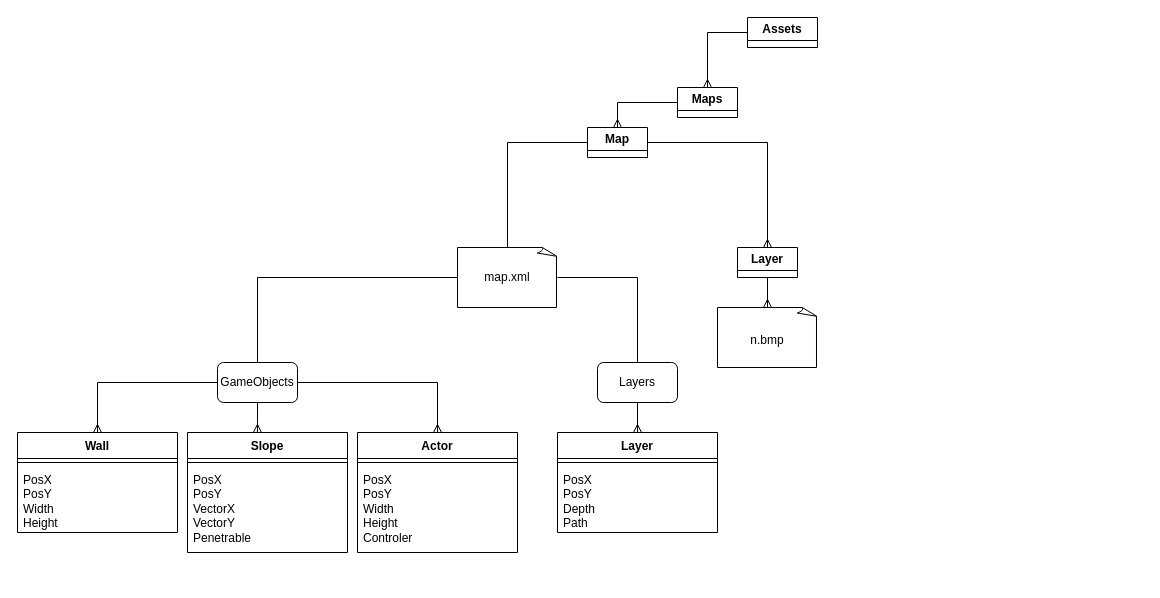
tuStroma/DungeonRitual keeps this draw.io diagram as System_design/Assets.drawio. Above is the earlier version. Source tidied: cells renumbered, new cells numbered last; positions are measured from the earlier drawing's top-left corner, leaving out a move shared by most shapes. Both pictures are drawn from the tidied source at 100%, with x=0, y=0 at pixel (17, 17).
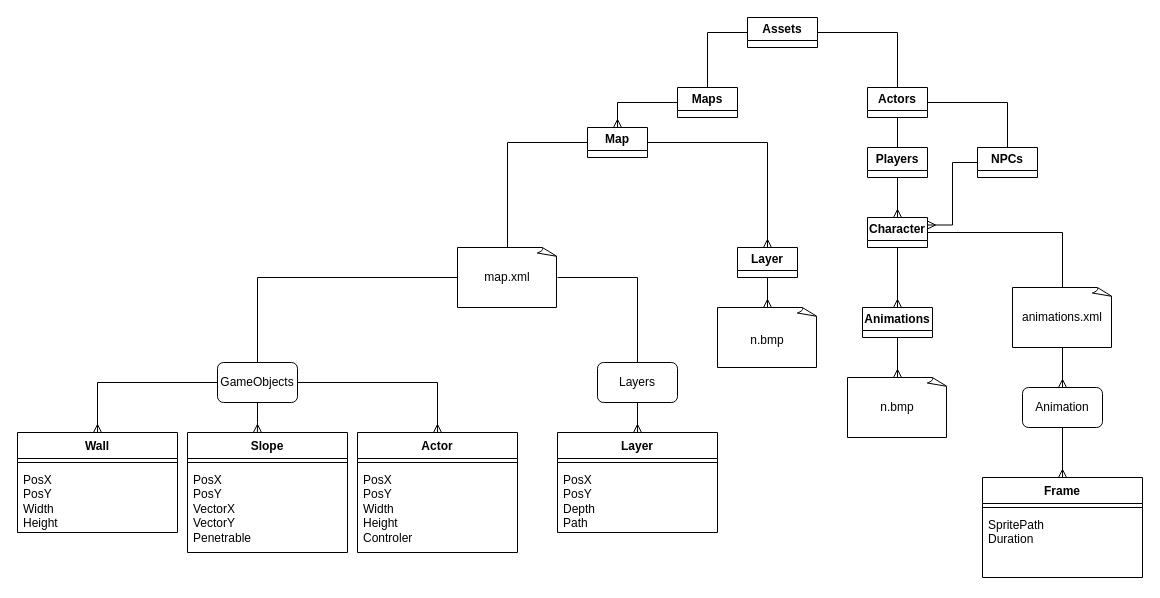
After the change.

The change refers to these unchanged cells:
```xml
<mxCell id="6" value="Assets" style="swimlane;whiteSpace=wrap;html=1;" parent="1" vertex="1">
  <mxGeometry x="730" width="70" height="30" as="geometry" />
</mxCell>
<mxCell id="7" value="Maps" style="swimlane;whiteSpace=wrap;html=1;" parent="1" vertex="1">
  <mxGeometry x="660" y="70" width="60" height="30" as="geometry" />
</mxCell>
```

Change to the diagram source:
```diff
@@
-    <mxCell id="5" style="edgeStyle=orthogonalEdgeStyle;rounded=0;jettySize=auto;html=1;entryX=0.5;entryY=0;entryDx=0;entryDy=0;endArrow=ERmany;endFill=0;" parent="1" edge="1" source="6" target="7">
+    <mxCell id="5" style="edgeStyle=orthogonalEdgeStyle;rounded=0;jettySize=auto;html=1;entryX=0.5;entryY=0;entryDx=0;entryDy=0;endArrow=none;endFill=0;" parent="1" edge="1" source="6" target="7">
       <mxGeometry relative="1" as="geometry" />
     </mxCell>
+    <mxCell id="37" style="edgeStyle=orthogonalEdgeStyle;rounded=0;jettySize=auto;html=1;exitX=1;exitY=0.5;exitDx=0;exitDy=0;entryX=0.5;entryY=0;entryDx=0;entryDy=0;endArrow=none;endFill=0;" parent="1" edge="1" source="6" target="40">
+      <mxGeometry relative="1" as="geometry" />
+    </mxCell>
@@
+    <mxCell id="38" style="edgeStyle=orthogonalEdgeStyle;rounded=0;jettySize=auto;html=1;exitX=0.5;exitY=1;exitDx=0;exitDy=0;entryX=0.5;entryY=0;entryDx=0;entryDy=0;endArrow=none;endFill=0;" parent="1" edge="1" source="40" target="42">
+      <mxGeometry relative="1" as="geometry" />
+    </mxCell>
+    <mxCell id="39" style="edgeStyle=orthogonalEdgeStyle;rounded=0;jettySize=auto;html=1;exitX=1;exitY=0.5;exitDx=0;exitDy=0;entryX=0.5;entryY=0;entryDx=0;entryDy=0;endArrow=none;endFill=0;" parent="1" edge="1" source="40" target="44">
+      <mxGeometry relative="1" as="geometry" />
+    </mxCell>
+    <mxCell id="40" value="Actors" style="swimlane;whiteSpace=wrap;html=1;" parent="1" vertex="1">
+      <mxGeometry x="850" y="70" width="60" height="30" as="geometry" />
+    </mxCell>
+    <mxCell id="41" style="edgeStyle=orthogonalEdgeStyle;rounded=0;jettySize=auto;html=1;exitX=0.5;exitY=1;exitDx=0;exitDy=0;entryX=0.5;entryY=0;entryDx=0;entryDy=0;endArrow=ERmany;endFill=0;" parent="1" edge="1" source="42" target="46">
+      <mxGeometry relative="1" as="geometry" />
+    </mxCell>
+    <mxCell id="42" value="Players" style="swimlane;whiteSpace=wrap;html=1;startSize=23;" parent="1" vertex="1">
+      <mxGeometry x="850" y="130" width="60" height="30" as="geometry" />
+    </mxCell>
+    <mxCell id="43" style="edgeStyle=orthogonalEdgeStyle;rounded=0;jettySize=auto;html=1;entryX=1;entryY=0.25;entryDx=0;entryDy=0;endArrow=ERmany;endFill=0;" parent="1" edge="1" source="44" target="46">
+      <mxGeometry relative="1" as="geometry" />
+    </mxCell>
+    <mxCell id="44" value="NPCs" style="swimlane;whiteSpace=wrap;html=1;startSize=23;" parent="1" vertex="1">
+      <mxGeometry x="960" y="130" width="60" height="30" as="geometry" />
+    </mxCell>
+    <mxCell id="45" style="edgeStyle=orthogonalEdgeStyle;rounded=0;jettySize=auto;html=1;exitX=0.5;exitY=1;exitDx=0;exitDy=0;entryX=0.5;entryY=0;entryDx=0;entryDy=0;endArrow=ERmany;endFill=0;" parent="1" edge="1" source="46" target="52">
+      <mxGeometry relative="1" as="geometry" />
+    </mxCell>
+    <mxCell id="46" value="Character" style="swimlane;whiteSpace=wrap;html=1;" parent="1" vertex="1">
+      <mxGeometry x="850" y="200" width="60" height="30" as="geometry" />
+    </mxCell>
+    <mxCell id="47" style="edgeStyle=orthogonalEdgeStyle;rounded=0;jettySize=auto;html=1;exitX=0.5;exitY=1;exitDx=0;exitDy=0;exitPerimeter=0;entryX=0.5;entryY=0;entryDx=0;entryDy=0;endArrow=ERmany;endFill=0;" parent="1" edge="1" source="48" target="55">
+      <mxGeometry relative="1" as="geometry" />
+    </mxCell>
+    <mxCell id="48" style="whiteSpace=wrap;html=1;shape=mxgraph.basic.document;" parent="1" vertex="1">
+      <mxGeometry x="995" y="270" width="100" height="60" as="geometry" />
+    </mxCell>
+    <mxCell id="49" value="animations.xml" style="text;html=1;align=center;verticalAlign=middle;whiteSpace=wrap;rounded=0;" parent="1" vertex="1">
+      <mxGeometry x="1015" y="285" width="60" height="30" as="geometry" />
+    </mxCell>
+    <mxCell id="50" style="edgeStyle=orthogonalEdgeStyle;rounded=0;jettySize=auto;html=1;entryX=0.5;entryY=0;entryDx=0;entryDy=0;entryPerimeter=0;endArrow=none;endFill=0;" parent="1" edge="1" source="46" target="48">
+      <mxGeometry relative="1" as="geometry" />
+    </mxCell>
+    <mxCell id="51" style="edgeStyle=orthogonalEdgeStyle;rounded=0;jettySize=auto;html=1;endArrow=ERmany;endFill=0;" parent="1" edge="1" source="52" target="53">
+      <mxGeometry relative="1" as="geometry" />
+    </mxCell>
+    <mxCell id="52" value="Animations" style="swimlane;whiteSpace=wrap;html=1;startSize=23;" parent="1" vertex="1">
+      <mxGeometry x="845" y="290" width="70" height="30" as="geometry" />
+    </mxCell>
+    <mxCell id="53" style="whiteSpace=wrap;html=1;shape=mxgraph.basic.document;" parent="1" vertex="1">
+      <mxGeometry x="830" y="360" width="100" height="60" as="geometry" />
+    </mxCell>
+    <mxCell id="54" value="n.bmp" style="text;html=1;align=center;verticalAlign=middle;whiteSpace=wrap;rounded=0;" parent="1" vertex="1">
+      <mxGeometry x="850" y="375" width="60" height="30" as="geometry" />
+    </mxCell>
+    <mxCell id="55" style="rounded=1;whiteSpace=wrap;html=1;" parent="1" vertex="1">
+      <mxGeometry x="1005" y="370" width="80" height="40" as="geometry" />
+    </mxCell>
+    <mxCell id="56" value="Animation" style="text;html=1;align=center;verticalAlign=middle;whiteSpace=wrap;rounded=0;" parent="1" vertex="1">
+      <mxGeometry x="1015" y="375" width="60" height="30" as="geometry" />
+    </mxCell>
+    <mxCell id="57" style="edgeStyle=orthogonalEdgeStyle;rounded=0;jettySize=auto;html=1;endArrow=ERmany;endFill=0;exitX=0.5;exitY=1;exitDx=0;exitDy=0;" parent="1" edge="1" source="55" target="58">
+      <mxGeometry relative="1" as="geometry" />
+    </mxCell>
+    <mxCell id="58" value="Frame" style="swimlane;fontStyle=1;align=center;verticalAlign=top;horizontal=1;startSize=26;whiteSpace=wrap;html=1;" parent="1" vertex="1">
+      <mxGeometry x="965" y="460" width="160" height="100" as="geometry" />
+    </mxCell>
+    <mxCell id="59" style="line;strokeWidth=1;fillColor=none;align=left;verticalAlign=middle;spacingTop=-1;spacingLeft=3;spacingRight=3;labelPosition=right;strokeColor=inherit;" parent="58" vertex="1">
+      <mxGeometry y="26" width="160" height="8" as="geometry" />
+    </mxCell>
+    <mxCell id="60" value="&lt;div&gt;SpritePath&lt;/div&gt;&lt;div&gt;Duration&lt;br&gt;&lt;/div&gt;" style="text;strokeColor=none;fillColor=none;align=left;verticalAlign=top;spacingLeft=4;spacingRight=4;overflow=hidden;whiteSpace=wrap;html=1;" parent="58" vertex="1">
+      <mxGeometry y="34" width="160" height="66" as="geometry" />
+    </mxCell>
```
